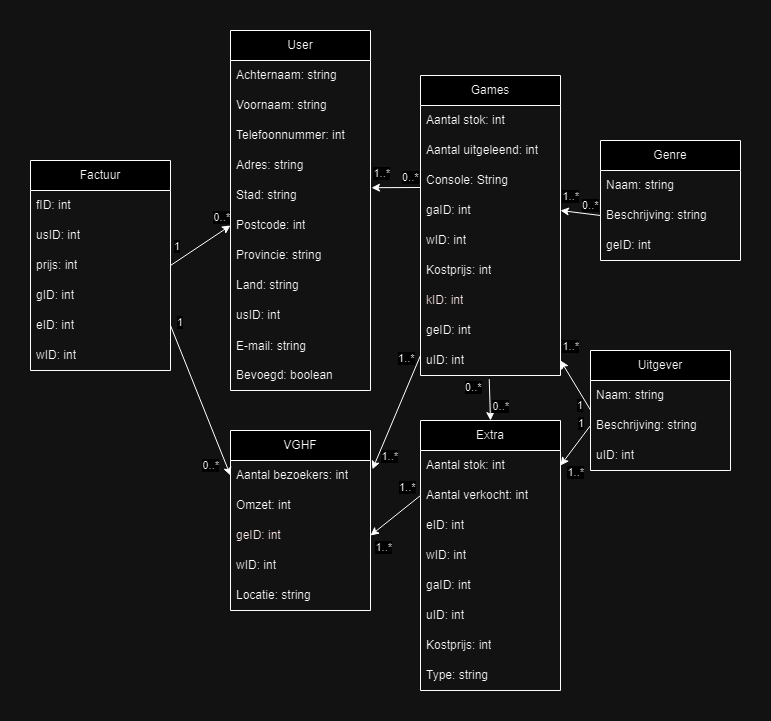
The draw.io diagram VGHFdatabase.drawio.png in Giothysham/DatabaseVGHF, before a commit. Source tidied: cells renumbered, new cells last; positions are measured from the earlier drawing's top-left corner, leaving out a move shared by most shapes.
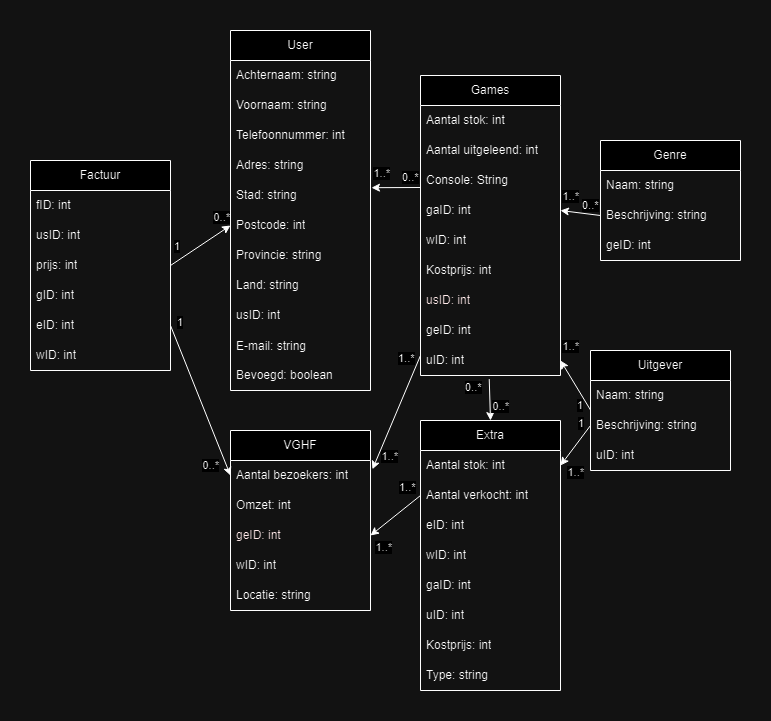
After the change.

Commit message:
changed kID to usID

The edit, as a diff of the source:
```diff
@@ -41,7 +41,7 @@
     <mxCell id="14" value="Kostprijs: int" style="text;strokeColor=none;fillColor=none;align=left;verticalAlign=middle;spacingLeft=4;spacingRight=4;overflow=hidden;whiteSpace=wrap;html=1;" parent="8" vertex="1">
       <mxGeometry y="180" width="140" height="30" as="geometry" />
     </mxCell>
-    <mxCell id="15" value="&lt;font color=&quot;#330000&quot;&gt;kID: int&lt;/font&gt;" style="text;strokeColor=none;fillColor=none;align=left;verticalAlign=middle;spacingLeft=4;spacingRight=4;overflow=hidden;whiteSpace=wrap;html=1;" parent="8" vertex="1">
+    <mxCell id="15" value="&lt;font color=&quot;#330000&quot;&gt;usID: int&lt;/font&gt;" style="text;strokeColor=none;fillColor=none;align=left;verticalAlign=middle;spacingLeft=4;spacingRight=4;overflow=hidden;whiteSpace=wrap;html=1;" parent="8" vertex="1">
       <mxGeometry y="210" width="140" height="30" as="geometry" />
     </mxCell>
     <mxCell id="16" value="geID: int" style="text;strokeColor=none;fillColor=none;align=left;verticalAlign=middle;spacingLeft=4;spacingRight=4;overflow=hidden;whiteSpace=wrap;html=1;" parent="8" vertex="1">
```
